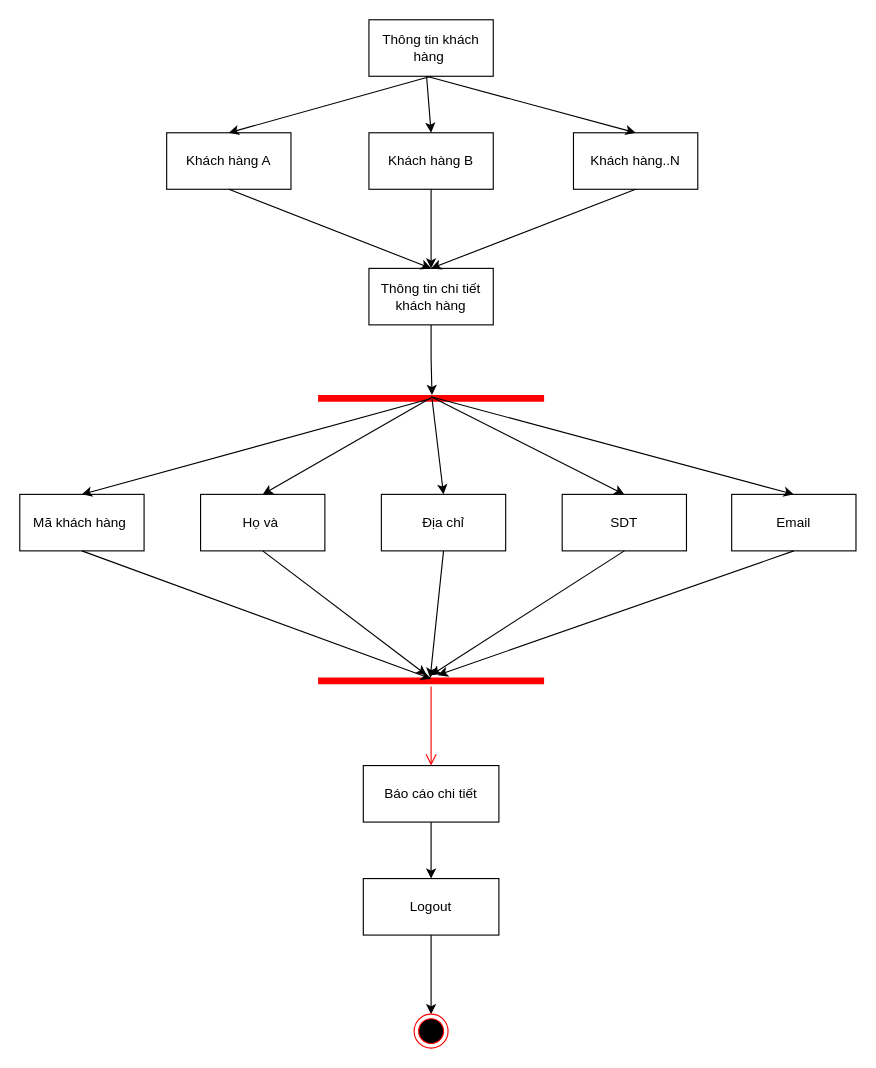
Above: page "Thông tin chi tiết kh" (3 of 5) of Biểu đồ không có tiêu đề.drawio in KhieuXThanh/QLDA (draw.io), before the change. Source tidied: cells renumbered, new cells numbered last; positions are measured from the earlier drawing's top-left corner, leaving out a move shared by most shapes. Both pictures are drawn from the tidied source at 113%, with x=0, y=0 at pixel (19, 19).
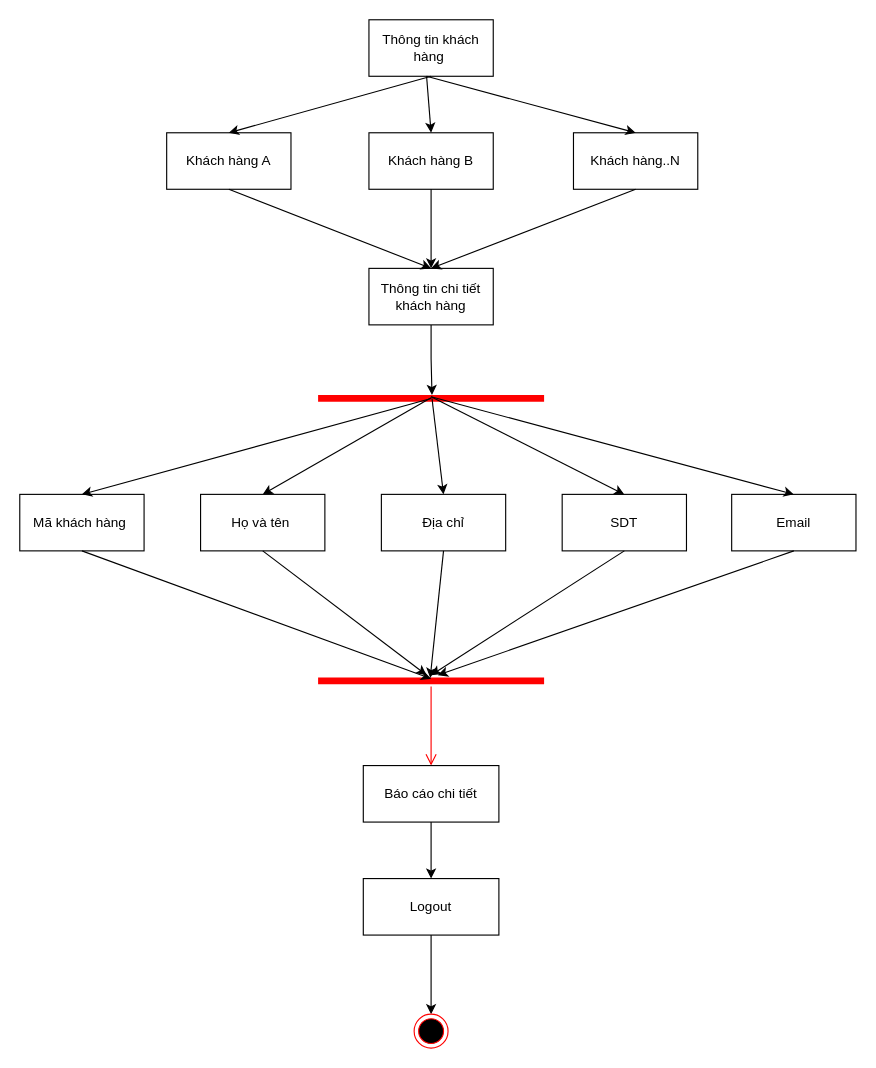
The same page after the edit.

What changed in the source:
```diff
@@
-    <mxCell id="16" value="Họ và&amp;nbsp;" style="html=1;whiteSpace=wrap;" parent="1" vertex="1">
+    <mxCell id="16" value="Họ và tên&amp;nbsp;" style="html=1;whiteSpace=wrap;" parent="1" vertex="1">
       <mxGeometry x="160" y="420" width="110" height="50" as="geometry" />
     </mxCell>
```
